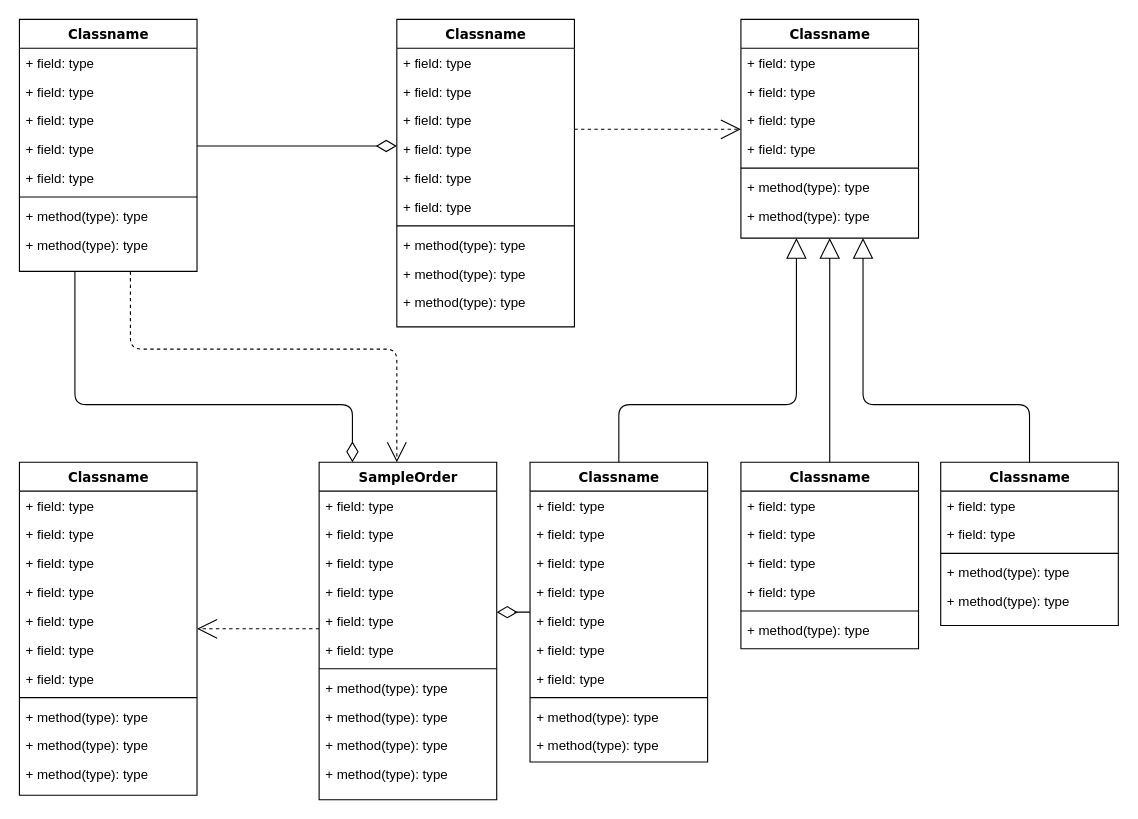
Earlier version of the draw.io diagram docs/Untitled Diagram.drawio (1002527441/QDCOA). Source tidied: cells renumbered, new cells numbered last; positions are measured from the earlier drawing's top-left corner, leaving out a move shared by most shapes. Both pictures are drawn from the tidied source at 111%, with x=0, y=0 at pixel (19, 19).
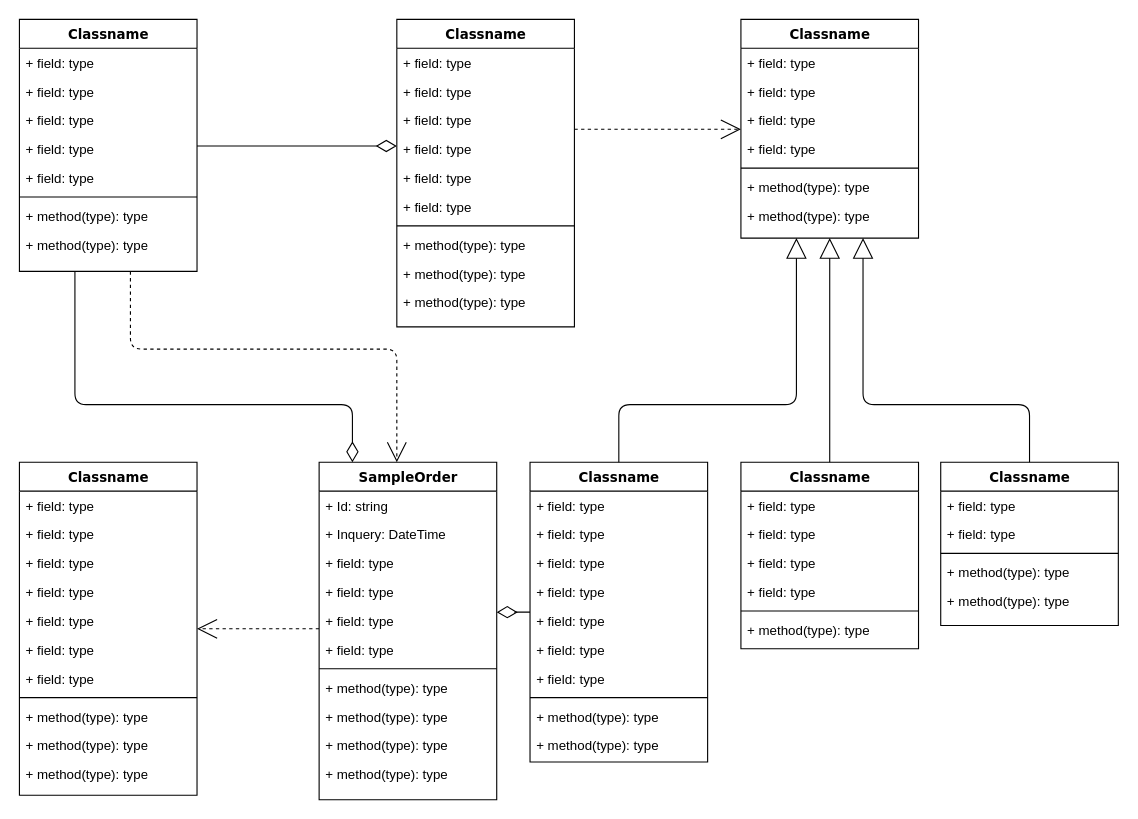
Above is the later version.

Unchanged cells that the change refers to:
```xml
<mxCell id="47" value="SampleOrder" style="swimlane;html=1;fontStyle=1;align=center;verticalAlign=top;horizontal=1;startSize=26;swimlaneFillColor=#ffffff;rounded=0;shadow=0;comic=0;labelBackgroundColor=none;strokeWidth=1;fillColor=none;fontFamily=Verdana;fontSize=12;" parent="1" vertex="1">
  <mxGeometry x="270" y="399" width="160" height="304" as="geometry" />
</mxCell>
```

Diff of the diagram source:
```diff
@@
-    <mxCell id="48" value="+ field: type" style="text;html=1;strokeColor=none;fillColor=none;align=left;verticalAlign=top;spacingLeft=4;spacingRight=4;whiteSpace=wrap;overflow=hidden;" parent="47" vertex="1">
+    <mxCell id="48" value="+ Id: string" style="text;html=1;strokeColor=none;fillColor=none;align=left;verticalAlign=top;spacingLeft=4;spacingRight=4;whiteSpace=wrap;overflow=hidden;" parent="47" vertex="1">
       <mxGeometry y="26" width="160" height="26" as="geometry" />
     </mxCell>
-    <mxCell id="49" value="+ field: type" style="text;html=1;strokeColor=none;fillColor=none;align=left;verticalAlign=top;spacingLeft=4;spacingRight=4;whiteSpace=wrap;overflow=hidden;" parent="47" vertex="1">
+    <mxCell id="49" value="+ Inquery: DateTime" style="text;html=1;strokeColor=none;fillColor=none;align=left;verticalAlign=top;spacingLeft=4;spacingRight=4;whiteSpace=wrap;overflow=hidden;" parent="47" vertex="1">
       <mxGeometry y="52" width="160" height="26" as="geometry" />
     </mxCell>
```
